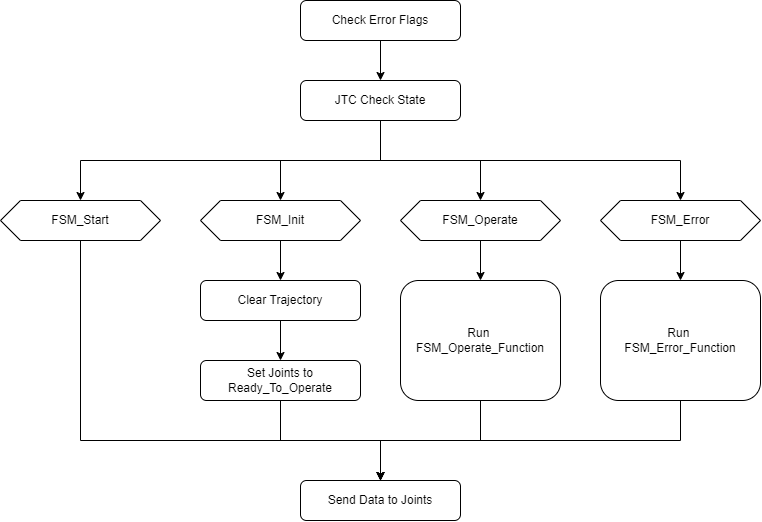
Earlier version of the draw.io export JTC Dokumentacja/Rysunki do wersji Developerhubio/Rys.  3.1 JTC General scheme of operation.png (avena-robotics/jtc). Source tidied: cells renumbered, new cells last; positions are measured from the earlier drawing's top-left corner, leaving out a move shared by most shapes.
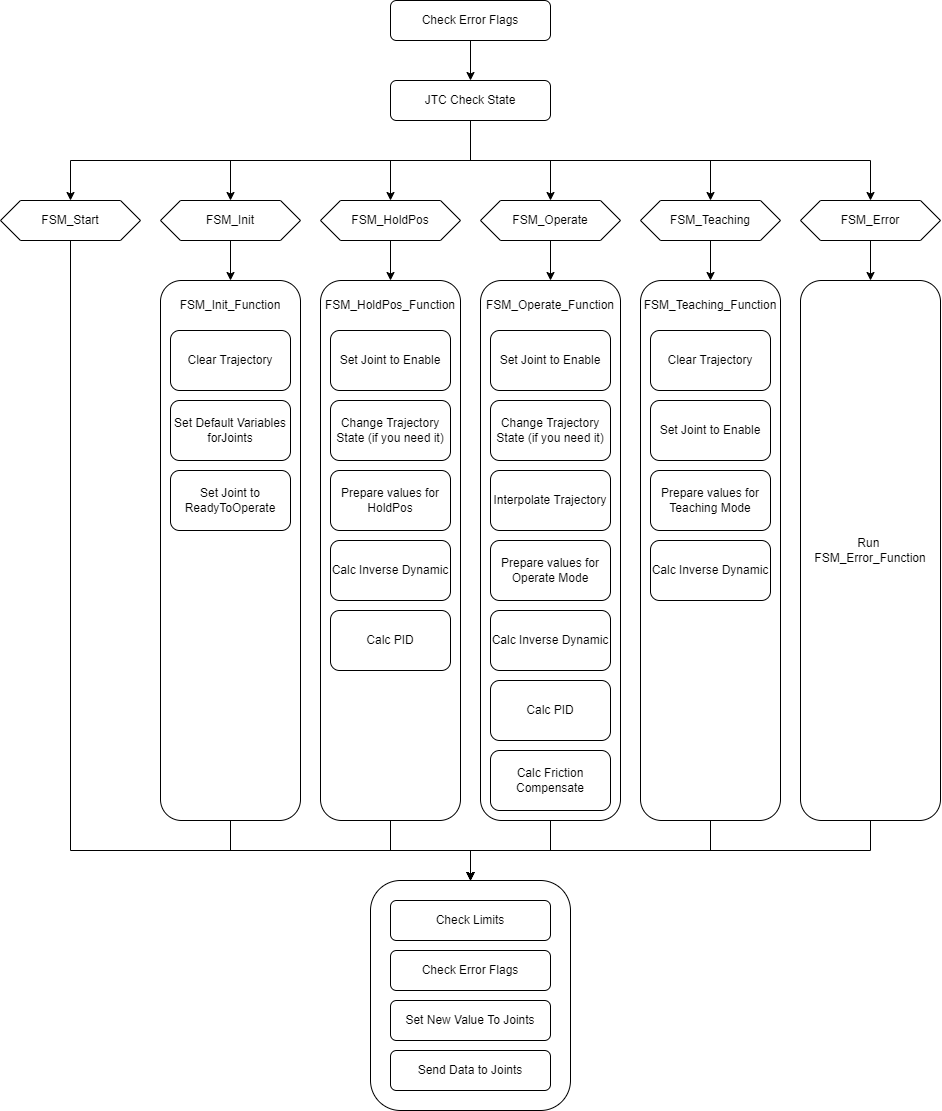
The same file after the commit.

Change to the diagram source:
```diff
@@ -3,94 +3,197 @@
     <mxCell id="0" />
     <mxCell id="1" parent="0" />
     <mxCell id="2" style="group;" parent="1" vertex="1">
-      <mxGeometry width="760" height="520" as="geometry" />
+      <mxGeometry width="940" height="1110" as="geometry" />
     </mxCell>
     <mxCell id="3" value="Check Error Flags" style="rounded=1;whiteSpace=wrap;html=1;" parent="2" vertex="1">
-      <mxGeometry x="300" width="160" height="40" as="geometry" />
+      <mxGeometry x="390" width="160" height="40" as="geometry" />
     </mxCell>
     <mxCell id="4" style="endArrow=classic;html=1;rounded=0;exitX=0.5;exitY=1;exitDx=0;exitDy=0;entryX=0.5;entryY=0;entryDx=0;entryDy=0;" parent="2" edge="1" source="3" target="5">
       <mxGeometry relative="1" as="geometry" />
     </mxCell>
     <mxCell id="5" value="JTC Check State" style="rounded=1;whiteSpace=wrap;html=1;" parent="2" vertex="1">
-      <mxGeometry x="300" y="80" width="160" height="40" as="geometry" />
+      <mxGeometry x="390" y="80" width="160" height="40" as="geometry" />
     </mxCell>
     <mxCell id="6" value="FSM_Init" style="shape=hexagon;perimeter=hexagonPerimeter2;whiteSpace=wrap;html=1;fixedSize=1;" parent="2" vertex="1">
-      <mxGeometry x="200" y="200" width="160" height="40" as="geometry" />
+      <mxGeometry x="160" y="200" width="140" height="40" as="geometry" />
     </mxCell>
     <mxCell id="7" style="edgeStyle=orthogonalEdgeStyle;rounded=0;jettySize=auto;html=1;" parent="2" edge="1" source="5" target="6">
-      <mxGeometry relative="1" as="geometry" />
+      <mxGeometry relative="1" as="geometry">
+        <Array as="points">
+          <mxPoint x="470" y="160" />
+          <mxPoint x="230" y="160" />
+        </Array>
+      </mxGeometry>
     </mxCell>
     <mxCell id="8" value="FSM_Operate" style="shape=hexagon;perimeter=hexagonPerimeter2;whiteSpace=wrap;html=1;fixedSize=1;" parent="2" vertex="1">
-      <mxGeometry x="400" y="200" width="160" height="40" as="geometry" />
+      <mxGeometry x="480" y="200" width="140" height="40" as="geometry" />
     </mxCell>
     <mxCell id="9" style="edgeStyle=orthogonalEdgeStyle;rounded=0;jettySize=auto;html=1;" parent="2" edge="1" source="5" target="8">
       <mxGeometry relative="1" as="geometry" />
     </mxCell>
     <mxCell id="10" value="FSM_Error" style="shape=hexagon;perimeter=hexagonPerimeter2;whiteSpace=wrap;html=1;fixedSize=1;" parent="2" vertex="1">
-      <mxGeometry x="600" y="200" width="160" height="40" as="geometry" />
+      <mxGeometry x="800" y="200" width="140" height="40" as="geometry" />
     </mxCell>
     <mxCell id="11" style="edgeStyle=orthogonalEdgeStyle;rounded=0;jettySize=auto;html=1;exitX=0.5;exitY=1;exitDx=0;exitDy=0;" parent="2" edge="1" source="5" target="10">
       <mxGeometry relative="1" as="geometry" />
     </mxCell>
-    <mxCell id="12" value="Send Data to Joints" style="rounded=1;whiteSpace=wrap;html=1;" parent="2" vertex="1">
-      <mxGeometry x="300" y="480" width="160" height="40" as="geometry" />
+    <mxCell id="12" value="Run &lt;br&gt;FSM_Error_Function" style="rounded=1;whiteSpace=wrap;html=1;" parent="2" vertex="1">
+      <mxGeometry x="800" y="280" width="140" height="540" as="geometry" />
     </mxCell>
-    <mxCell id="13" style="edgeStyle=orthogonalEdgeStyle;rounded=0;jettySize=auto;html=1;entryX=0.5;entryY=0;entryDx=0;entryDy=0;" parent="2" edge="1" source="14" target="12">
-      <mxGeometry relative="1" as="geometry">
-        <Array as="points">
-          <mxPoint x="480" y="440" />
-          <mxPoint x="380" y="440" />
-        </Array>
-      </mxGeometry>
+    <mxCell id="13" style="edgeStyle=orthogonalEdgeStyle;rounded=0;jettySize=auto;html=1;" parent="2" edge="1" source="10" target="12">
+      <mxGeometry relative="1" as="geometry" />
     </mxCell>
-    <mxCell id="14" value="Run &lt;br&gt;FSM_Operate_Function" style="rounded=1;whiteSpace=wrap;html=1;" parent="2" vertex="1">
-      <mxGeometry x="400" y="280" width="160" height="120" as="geometry" />
+    <mxCell id="14" value="&lt;span&gt;FSM_Start&lt;/span&gt;" style="shape=hexagon;perimeter=hexagonPerimeter2;whiteSpace=wrap;html=1;fixedSize=1;" parent="2" vertex="1">
+      <mxGeometry y="200" width="140" height="40" as="geometry" />
     </mxCell>
-    <mxCell id="15" style="edgeStyle=orthogonalEdgeStyle;rounded=0;jettySize=auto;html=1;" parent="2" edge="1" source="8" target="14">
+    <mxCell id="15" style="edgeStyle=orthogonalEdgeStyle;rounded=0;jettySize=auto;html=1;entryX=0.5;entryY=0;entryDx=0;entryDy=0;exitX=0.5;exitY=1;exitDx=0;exitDy=0;" parent="2" edge="1" source="5" target="14">
       <mxGeometry relative="1" as="geometry" />
     </mxCell>
-    <mxCell id="16" style="edgeStyle=orthogonalEdgeStyle;rounded=0;jettySize=auto;html=1;entryX=0.5;entryY=0;entryDx=0;entryDy=0;" parent="2" edge="1" source="17" target="12">
-      <mxGeometry relative="1" as="geometry">
-        <Array as="points">
-          <mxPoint x="680" y="440" />
-          <mxPoint x="380" y="440" />
-        </Array>
-      </mxGeometry>
+    <mxCell id="16" value="FSM_HoldPos" style="shape=hexagon;perimeter=hexagonPerimeter2;whiteSpace=wrap;html=1;fixedSize=1;" parent="2" vertex="1">
+      <mxGeometry x="320" y="200" width="140" height="40" as="geometry" />
     </mxCell>
-    <mxCell id="17" value="Run &lt;br&gt;FSM_Error_Function" style="rounded=1;whiteSpace=wrap;html=1;" parent="2" vertex="1">
-      <mxGeometry x="600" y="280" width="160" height="120" as="geometry" />
+    <mxCell id="17" style="edgeStyle=orthogonalEdgeStyle;rounded=0;jettySize=auto;html=1;exitX=0.5;exitY=1;exitDx=0;exitDy=0;entryX=0.5;entryY=0;entryDx=0;entryDy=0;" parent="2" edge="1" source="5" target="16">
+      <mxGeometry relative="1" as="geometry" />
     </mxCell>
-    <mxCell id="18" style="edgeStyle=orthogonalEdgeStyle;rounded=0;jettySize=auto;html=1;" parent="2" edge="1" source="10" target="17">
-      <mxGeometry relative="1" as="geometry" />
+    <mxCell id="18" value="FSM_Teaching" style="shape=hexagon;perimeter=hexagonPerimeter2;whiteSpace=wrap;html=1;fixedSize=1;" parent="2" vertex="1">
+      <mxGeometry x="640" y="200" width="140" height="40" as="geometry" />
     </mxCell>
-    <mxCell id="19" value="&lt;span&gt;FSM_Start&lt;/span&gt;" style="shape=hexagon;perimeter=hexagonPerimeter2;whiteSpace=wrap;html=1;fixedSize=1;" parent="2" vertex="1">
-      <mxGeometry y="200" width="160" height="40" as="geometry" />
+    <mxCell id="19" style="edgeStyle=orthogonalEdgeStyle;rounded=0;jettySize=auto;html=1;exitX=0.5;exitY=1;exitDx=0;exitDy=0;" parent="2" edge="1" source="5" target="18">
+      <mxGeometry relative="1" as="geometry" />
     </mxCell>
-    <mxCell id="20" style="edgeStyle=orthogonalEdgeStyle;rounded=0;jettySize=auto;html=1;entryX=0.5;entryY=0;entryDx=0;entryDy=0;exitX=0.5;exitY=1;exitDx=0;exitDy=0;" parent="2" edge="1" source="5" target="19">
-      <mxGeometry relative="1" as="geometry" />
+    <mxCell id="20" style="rounded=1;whiteSpace=wrap;html=1;align=center;" parent="2" vertex="1">
+      <mxGeometry x="160" y="280" width="140" height="540" as="geometry" />
     </mxCell>
-    <mxCell id="21" style="edgeStyle=orthogonalEdgeStyle;rounded=0;jettySize=auto;html=1;entryX=0.5;entryY=0;entryDx=0;entryDy=0;exitX=0.5;exitY=1;exitDx=0;exitDy=0;" parent="2" edge="1" source="19" target="12">
-      <mxGeometry relative="1" as="geometry">
-        <Array as="points">
-          <mxPoint x="80" y="440" />
-          <mxPoint x="380" y="440" />
-        </Array>
-      </mxGeometry>
+    <mxCell id="21" style="edgeStyle=orthogonalEdgeStyle;rounded=0;jettySize=auto;html=1;exitX=0.5;exitY=1;exitDx=0;exitDy=0;entryX=0.5;entryY=0;entryDx=0;entryDy=0;" parent="2" edge="1" source="6" target="20">
+      <mxGeometry relative="1" as="geometry" />
     </mxCell>
-    <mxCell id="22" style="edgeStyle=orthogonalEdgeStyle;rounded=0;jettySize=auto;html=1;" parent="2" edge="1" source="23" target="12">
-      <mxGeometry relative="1" as="geometry" />
+    <mxCell id="22" value="Set Default Variables forJoints" style="rounded=1;whiteSpace=wrap;html=1;" parent="2" vertex="1">
+      <mxGeometry x="170" y="400" width="120" height="60" as="geometry" />
     </mxCell>
-    <mxCell id="23" value="Set Joints to Ready_To_Operate" style="rounded=1;whiteSpace=wrap;html=1;" parent="2" vertex="1">
-      <mxGeometry x="200" y="360" width="160" height="40" as="geometry" />
+    <mxCell id="23" value="Clear Trajectory" style="rounded=1;whiteSpace=wrap;html=1;" parent="2" vertex="1">
+      <mxGeometry x="170" y="330" width="120" height="60" as="geometry" />
     </mxCell>
-    <mxCell id="24" style="edgeStyle=orthogonalEdgeStyle;rounded=0;jettySize=auto;html=1;" parent="2" edge="1" source="25" target="23">
-      <mxGeometry relative="1" as="geometry" />
+    <mxCell id="24" value="FSM_Init_Function" style="text;html=1;strokeColor=none;fillColor=none;align=center;verticalAlign=middle;whiteSpace=wrap;rounded=0;" parent="2" vertex="1">
+      <mxGeometry x="160" y="290" width="140" height="30" as="geometry" />
     </mxCell>
-    <mxCell id="25" value="Clear Trajectory" style="rounded=1;whiteSpace=wrap;html=1;" parent="2" vertex="1">
-      <mxGeometry x="200" y="280" width="160" height="40" as="geometry" />
+    <mxCell id="25" value="Set Joint to ReadyToOperate" style="rounded=1;whiteSpace=wrap;html=1;" parent="2" vertex="1">
+      <mxGeometry x="170" y="470" width="120" height="60" as="geometry" />
     </mxCell>
-    <mxCell id="26" style="edgeStyle=orthogonalEdgeStyle;rounded=0;jettySize=auto;html=1;" parent="2" edge="1" source="6" target="25">
-      <mxGeometry relative="1" as="geometry" />
+    <mxCell id="26" style="rounded=1;whiteSpace=wrap;html=1;align=center;" parent="2" vertex="1">
+      <mxGeometry x="480" y="280" width="140" height="540" as="geometry" />
     </mxCell>
+    <mxCell id="27" style="edgeStyle=orthogonalEdgeStyle;rounded=0;jettySize=auto;html=1;exitX=0.5;exitY=1;exitDx=0;exitDy=0;entryX=0.5;entryY=0;entryDx=0;entryDy=0;" parent="2" edge="1" source="8" target="26">
+      <mxGeometry relative="1" as="geometry" />
+    </mxCell>
+    <mxCell id="28" value="Interpolate Trajectory" style="rounded=1;whiteSpace=wrap;html=1;" parent="2" vertex="1">
+      <mxGeometry x="490" y="470" width="120" height="60" as="geometry" />
+    </mxCell>
+    <mxCell id="29" value="Change Trajectory State (if you need it)" style="rounded=1;whiteSpace=wrap;html=1;" parent="2" vertex="1">
+      <mxGeometry x="490" y="400" width="120" height="60" as="geometry" />
+    </mxCell>
+    <mxCell id="30" value="FSM_Operate_Function" style="text;html=1;strokeColor=none;fillColor=none;align=center;verticalAlign=middle;whiteSpace=wrap;rounded=0;" parent="2" vertex="1">
+      <mxGeometry x="480" y="290" width="140" height="30" as="geometry" />
+    </mxCell>
+    <mxCell id="31" value="Set Joint to Enable" style="rounded=1;whiteSpace=wrap;html=1;" parent="2" vertex="1">
+      <mxGeometry x="490" y="330" width="120" height="60" as="geometry" />
+    </mxCell>
+    <mxCell id="32" value="Calc Inverse Dynamic" style="rounded=1;whiteSpace=wrap;html=1;" parent="2" vertex="1">
+      <mxGeometry x="490" y="610" width="120" height="60" as="geometry" />
+    </mxCell>
+    <mxCell id="33" style="rounded=1;whiteSpace=wrap;html=1;align=center;" parent="2" vertex="1">
+      <mxGeometry x="640" y="280" width="140" height="540" as="geometry" />
+    </mxCell>
+    <mxCell id="34" style="edgeStyle=orthogonalEdgeStyle;rounded=0;jettySize=auto;html=1;exitX=0.5;exitY=1;exitDx=0;exitDy=0;entryX=0.5;entryY=0;entryDx=0;entryDy=0;" parent="2" edge="1" source="18" target="33">
+      <mxGeometry relative="1" as="geometry" />
+    </mxCell>
+    <mxCell id="35" value="Prepare values for Teaching Mode" style="rounded=1;whiteSpace=wrap;html=1;" parent="2" vertex="1">
+      <mxGeometry x="650" y="470" width="120" height="60" as="geometry" />
+    </mxCell>
+    <mxCell id="36" value="Clear Trajectory" style="rounded=1;whiteSpace=wrap;html=1;" parent="2" vertex="1">
+      <mxGeometry x="650" y="330" width="120" height="60" as="geometry" />
+    </mxCell>
+    <mxCell id="37" value="FSM_Teaching_Function" style="text;html=1;strokeColor=none;fillColor=none;align=center;verticalAlign=middle;whiteSpace=wrap;rounded=0;" parent="2" vertex="1">
+      <mxGeometry x="640" y="290" width="140" height="30" as="geometry" />
+    </mxCell>
+    <mxCell id="38" value="Set Joint to Enable" style="rounded=1;whiteSpace=wrap;html=1;" parent="2" vertex="1">
+      <mxGeometry x="650" y="400" width="120" height="60" as="geometry" />
+    </mxCell>
+    <mxCell id="39" value="Calc Inverse Dynamic" style="rounded=1;whiteSpace=wrap;html=1;" parent="2" vertex="1">
+      <mxGeometry x="650" y="540" width="120" height="60" as="geometry" />
+    </mxCell>
+    <mxCell id="40" value="Calc Friction Compensate" style="rounded=1;whiteSpace=wrap;html=1;" parent="2" vertex="1">
+      <mxGeometry x="490" y="750" width="120" height="60" as="geometry" />
+    </mxCell>
+    <mxCell id="41" style="rounded=1;whiteSpace=wrap;html=1;align=center;" parent="2" vertex="1">
+      <mxGeometry x="320" y="280" width="140" height="540" as="geometry" />
+    </mxCell>
+    <mxCell id="42" style="edgeStyle=orthogonalEdgeStyle;rounded=0;jettySize=auto;html=1;exitX=0.5;exitY=1;exitDx=0;exitDy=0;entryX=0.5;entryY=0;entryDx=0;entryDy=0;" parent="2" edge="1" source="16" target="41">
+      <mxGeometry relative="1" as="geometry" />
+    </mxCell>
+    <mxCell id="43" value="Prepare values for HoldPos" style="rounded=1;whiteSpace=wrap;html=1;" parent="2" vertex="1">
+      <mxGeometry x="330" y="470" width="120" height="60" as="geometry" />
+    </mxCell>
+    <mxCell id="44" value="Change Trajectory State (if you need it)" style="rounded=1;whiteSpace=wrap;html=1;" parent="2" vertex="1">
+      <mxGeometry x="330" y="400" width="120" height="60" as="geometry" />
+    </mxCell>
+    <mxCell id="45" value="FSM_HoldPos_Function" style="text;html=1;strokeColor=none;fillColor=none;align=center;verticalAlign=middle;whiteSpace=wrap;rounded=0;" parent="2" vertex="1">
+      <mxGeometry x="320" y="290" width="140" height="30" as="geometry" />
+    </mxCell>
+    <mxCell id="46" value="Set Joint to Enable" style="rounded=1;whiteSpace=wrap;html=1;" parent="2" vertex="1">
+      <mxGeometry x="330" y="330" width="120" height="60" as="geometry" />
+    </mxCell>
+    <mxCell id="47" value="Calc Inverse Dynamic" style="rounded=1;whiteSpace=wrap;html=1;" parent="2" vertex="1">
+      <mxGeometry x="330" y="540" width="120" height="60" as="geometry" />
+    </mxCell>
+    <mxCell id="48" value="Calc PID" style="rounded=1;whiteSpace=wrap;html=1;" parent="2" vertex="1">
+      <mxGeometry x="330" y="610" width="120" height="60" as="geometry" />
+    </mxCell>
+    <mxCell id="49" value="Prepare values for Operate Mode" style="rounded=1;whiteSpace=wrap;html=1;" parent="2" vertex="1">
+      <mxGeometry x="490" y="540" width="120" height="60" as="geometry" />
+    </mxCell>
+    <mxCell id="50" value="Calc PID" style="rounded=1;whiteSpace=wrap;html=1;" parent="2" vertex="1">
+      <mxGeometry x="490" y="680" width="120" height="60" as="geometry" />
+    </mxCell>
+    <mxCell id="51" style="group;" parent="2" vertex="1">
+      <mxGeometry x="370" y="880" width="200" height="230" as="geometry" />
+    </mxCell>
+    <mxCell id="52" style="rounded=1;whiteSpace=wrap;html=1;" parent="51" vertex="1">
+      <mxGeometry width="200" height="230" as="geometry" />
+    </mxCell>
+    <mxCell id="53" value="Check Limits" style="rounded=1;whiteSpace=wrap;html=1;" parent="51" vertex="1">
+      <mxGeometry x="20" y="20" width="160" height="40" as="geometry" />
+    </mxCell>
+    <mxCell id="54" value="Send Data to Joints" style="rounded=1;whiteSpace=wrap;html=1;" parent="51" vertex="1">
+      <mxGeometry x="20" y="170" width="160" height="40" as="geometry" />
+    </mxCell>
+    <mxCell id="55" value="Set New Value To Joints" style="rounded=1;whiteSpace=wrap;html=1;" parent="51" vertex="1">
+      <mxGeometry x="20" y="120" width="160" height="40" as="geometry" />
+    </mxCell>
+    <mxCell id="56" value="Check Error Flags" style="rounded=1;whiteSpace=wrap;html=1;" parent="51" vertex="1">
+      <mxGeometry x="20" y="70" width="160" height="40" as="geometry" />
+    </mxCell>
+    <mxCell id="57" style="edgeStyle=orthogonalEdgeStyle;rounded=0;jettySize=auto;html=1;exitX=0.5;exitY=1;exitDx=0;exitDy=0;entryX=0.5;entryY=0;entryDx=0;entryDy=0;" parent="2" edge="1" source="12" target="52">
+      <mxGeometry relative="1" as="geometry" />
+    </mxCell>
+    <mxCell id="58" style="edgeStyle=orthogonalEdgeStyle;rounded=0;jettySize=auto;html=1;exitX=0.5;exitY=1;exitDx=0;exitDy=0;entryX=0.5;entryY=0;entryDx=0;entryDy=0;" parent="2" edge="1" source="14" target="52">
+      <mxGeometry relative="1" as="geometry">
+        <Array as="points">
+          <mxPoint x="70" y="850" />
+          <mxPoint x="470" y="850" />
+        </Array>
+      </mxGeometry>
+    </mxCell>
+    <mxCell id="59" style="edgeStyle=orthogonalEdgeStyle;rounded=0;jettySize=auto;html=1;exitX=0.5;exitY=1;exitDx=0;exitDy=0;entryX=0.5;entryY=0;entryDx=0;entryDy=0;" parent="2" edge="1" source="20" target="52">
+      <mxGeometry relative="1" as="geometry" />
+    </mxCell>
+    <mxCell id="60" style="edgeStyle=orthogonalEdgeStyle;rounded=0;jettySize=auto;html=1;exitX=0.5;exitY=1;exitDx=0;exitDy=0;entryX=0.5;entryY=0;entryDx=0;entryDy=0;" parent="2" edge="1" source="26" target="52">
+      <mxGeometry relative="1" as="geometry" />
+    </mxCell>
+    <mxCell id="61" style="edgeStyle=orthogonalEdgeStyle;rounded=0;jettySize=auto;html=1;exitX=0.5;exitY=1;exitDx=0;exitDy=0;entryX=0.5;entryY=0;entryDx=0;entryDy=0;" parent="2" edge="1" source="33" target="52">
+      <mxGeometry relative="1" as="geometry" />
+    </mxCell>
+    <mxCell id="62" style="edgeStyle=orthogonalEdgeStyle;rounded=0;jettySize=auto;html=1;exitX=0.5;exitY=1;exitDx=0;exitDy=0;entryX=0.5;entryY=0;entryDx=0;entryDy=0;" parent="2" edge="1" source="41" target="52">
+      <mxGeometry relative="1" as="geometry" />
+    </mxCell>
   </root>
 </mxGraphModel>
```
